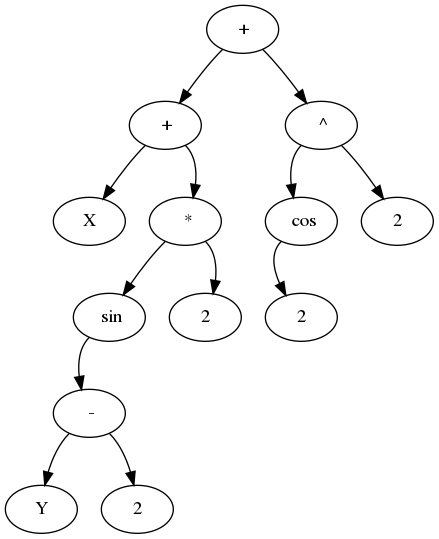
Earlier version of the Graphviz export diff/tree.png (alextroegubov/Technotrack-C-course). Its source is kept beside it as diff/tree.dot.
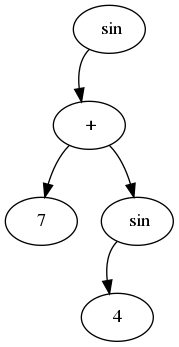
Later version of the same file.

What changed in the source:
```diff
@@ -1,28 +1,12 @@
 digraph G {
-94543191529104[label = "X"]
-94543191530704[label = " +"]
-94543191530704:sw ->94543191529104;
-94543191530704:se ->94543191530624;
-94543191530224[label = "Y"]
-94543191530384[label = " -"]
-94543191530384:sw ->94543191530224;
-94543191530384:se ->94543191530304;
-94543191530304[label = "2"]
-94543191530464[label = " sin"]
-94543191530464:sw ->94543191530384;
-94543191530624[label = " *"]
-94543191530624:sw ->94543191530464;
-94543191530624:se ->94543191530544;
-94543191530544[label = "2"]
-94543191531104[label = " +"]
-94543191531104:sw ->94543191530704;
-94543191531104:se ->94543191531024;
-94543191530784[label = "2"]
-94543191530864[label = " cos"]
-94543191530864:sw ->94543191530784;
-94543191531024[label = " ^"]
-94543191531024:sw ->94543191530864;
-94543191531024:se ->94543191530944;
-94543191530944[label = "2"]
+94636380595856[label = "7"]
+94636380596096[label = " +"]
+94636380596096:sw ->94636380595856;
+94636380596096:se ->94636380596016;
+94636380595936[label = "4"]
+94636380596016[label = " sin"]
+94636380596016:sw ->94636380595936;
+94636380596176[label = " sin"]
+94636380596176:sw ->94636380596096;
 
 }
```
